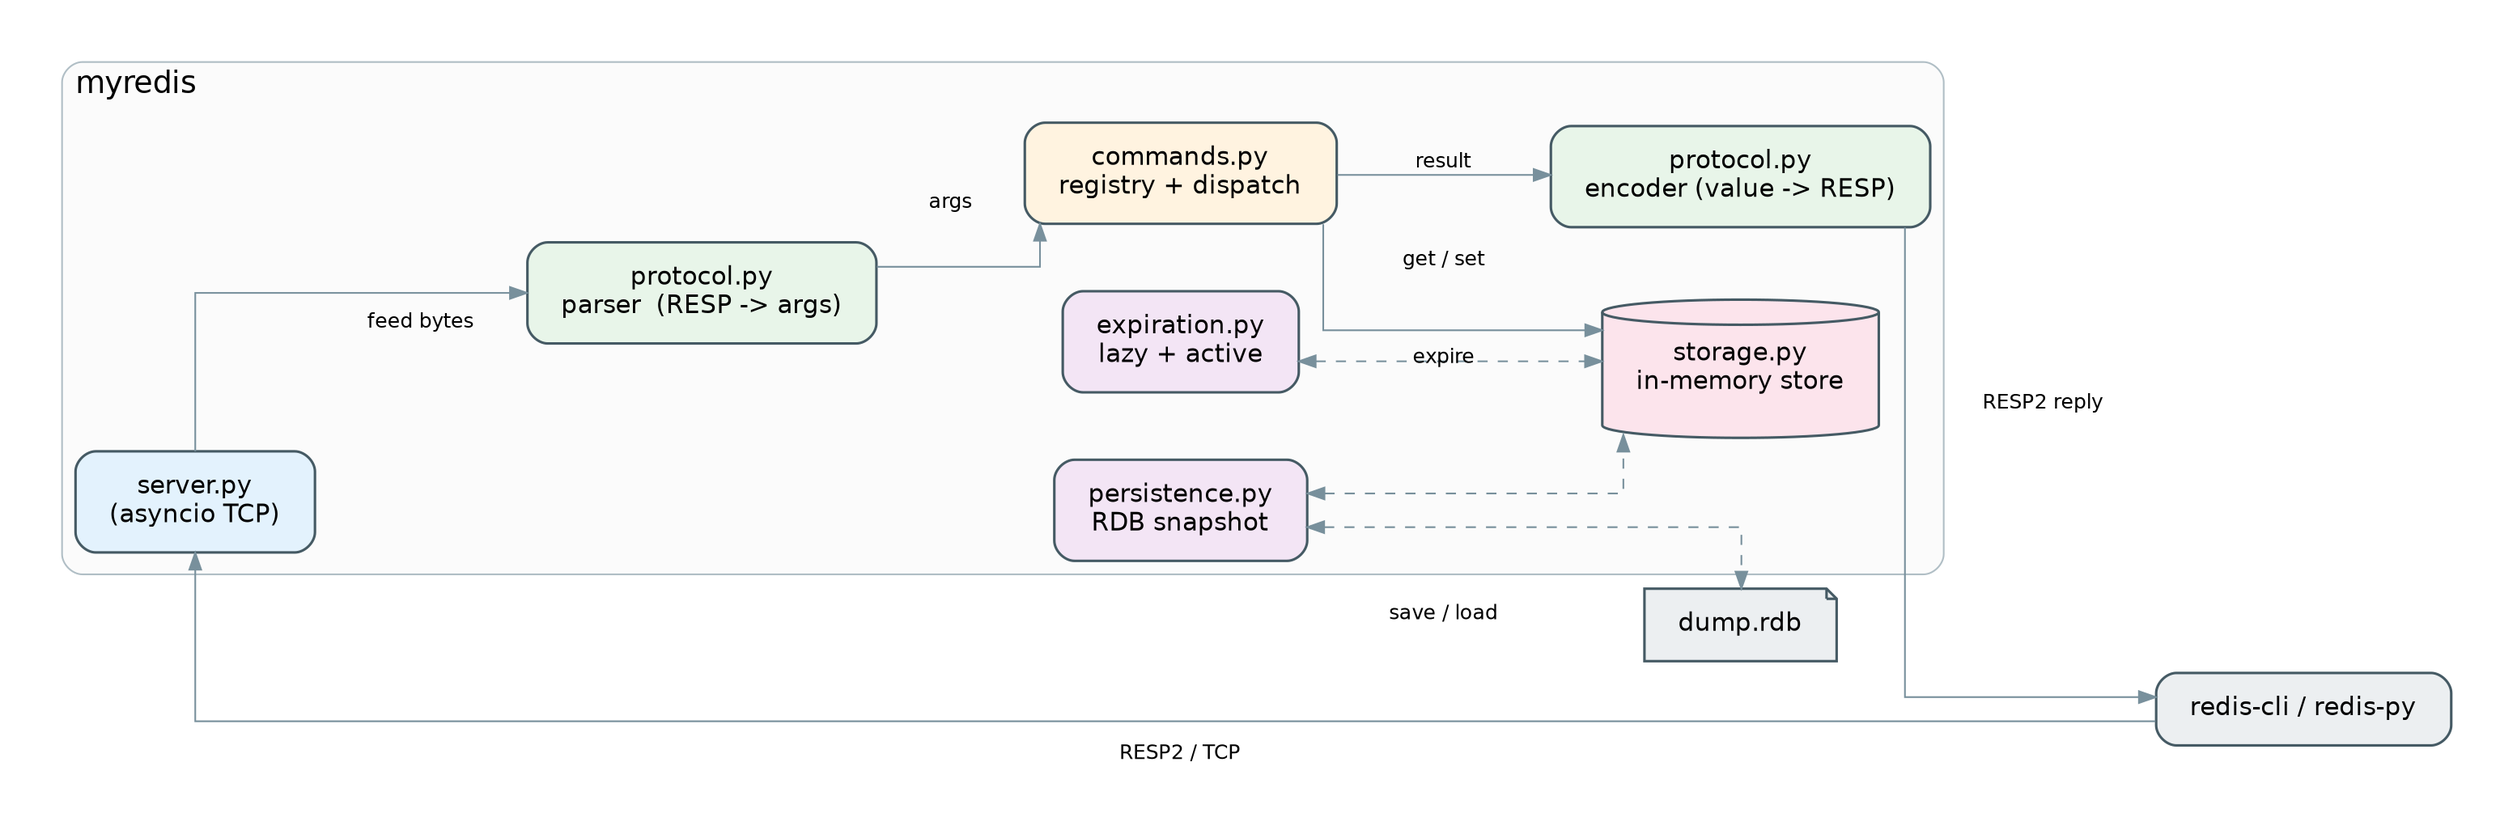
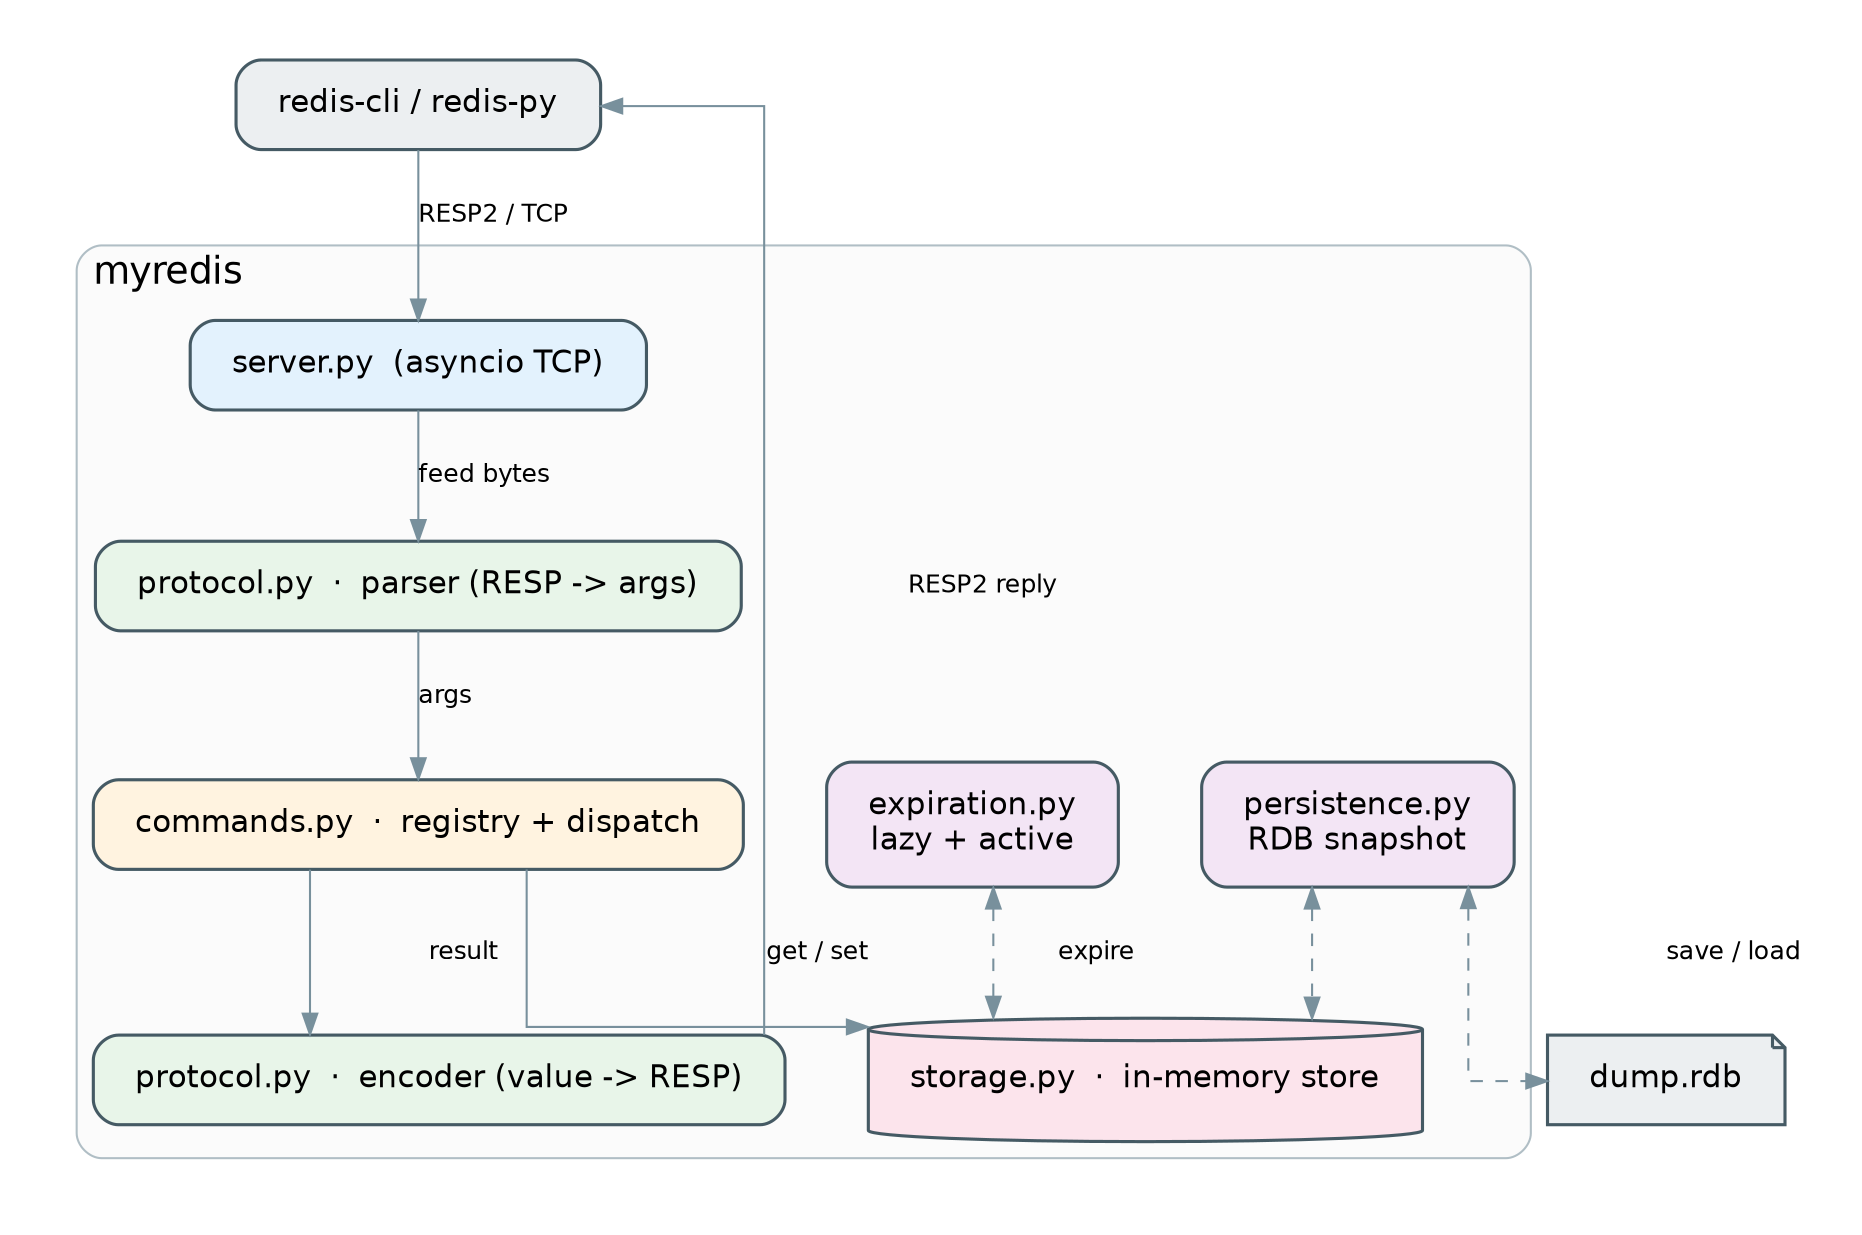
- // myredis — architecture: modules and data flow
+ // myredis — architecture: modules and data flow (top to bottom)
digraph architecture {
-   rankdir=LR;
+   rankdir=TB;
  splines=ortho;
  bgcolor="white";
  pad=0.4;
  nodesep=0.55;
-   ranksep=0.85;
+   ranksep=0.7;
  node [shape=box, style="rounded,filled", fontname="Helvetica", fontsize=15,
        color="#455a64", penwidth=1.5, margin="0.28,0.18"];
  edge [fontname="Helvetica", fontsize=12, color="#78909c"];

  client [label="redis-cli / redis-py", fillcolor="#eceff1"];

  subgraph cluster_myredis {
    label="myredis";
-     labeljust="l";
-     fontname="Helvetica";
-     fontsize=18;
-     style="rounded";
-     color="#b0bec5";
-     bgcolor="#fbfbfb";
+     labeljust="l"; fontname="Helvetica"; fontsize=18;
+     style="rounded"; color="#b0bec5"; bgcolor="#fbfbfb";

-     server   [label="server.py\n(asyncio TCP)",           fillcolor="#e3f2fd"];
-     parser   [label="protocol.py\nparser  (RESP -> args)", fillcolor="#e8f5e9"];
-     registry [label="commands.py\nregistry + dispatch",    fillcolor="#fff3e0"];
-     encoder  [label="protocol.py\nencoder (value -> RESP)",fillcolor="#e8f5e9"];
-     storage  [label="storage.py\nin-memory store",         shape=cylinder, fillcolor="#fce4ec"];
-     expir    [label="expiration.py\nlazy + active",        fillcolor="#f3e5f5"];
-     persist  [label="persistence.py\nRDB snapshot",        fillcolor="#f3e5f5"];
+     server   [label="server.py  (asyncio TCP)",       fillcolor="#e3f2fd"];
+     parser   [label="protocol.py  ·  parser (RESP -> args)", fillcolor="#e8f5e9"];
+     registry [label="commands.py  ·  registry + dispatch",   fillcolor="#fff3e0"];
+     storage  [label="storage.py  ·  in-memory store", shape=cylinder, fillcolor="#fce4ec"];
+     encoder  [label="protocol.py  ·  encoder (value -> RESP)", fillcolor="#e8f5e9"];
+     expir    [label="expiration.py\nlazy + active",   fillcolor="#f3e5f5"];
+     persist  [label="persistence.py\nRDB snapshot",   fillcolor="#f3e5f5"];
  }

  disk [label="dump.rdb", shape=note, fillcolor="#eceff1"];

  client   -> server   [label="RESP2 / TCP"];
  server   -> parser   [label="feed bytes"];
  parser   -> registry [label="args"];
  registry -> storage  [label="get / set"];
  registry -> encoder  [label="result"];
-   encoder  -> client   [label="RESP2 reply"];
- 
+   encoder  -> client   [label="RESP2 reply", constraint=false];
  expir    -> storage  [dir=both, style=dashed, label="expire"];
  persist  -> storage  [dir=both, style=dashed];
  persist  -> disk     [dir=both, style=dashed, label="save / load"];
}
